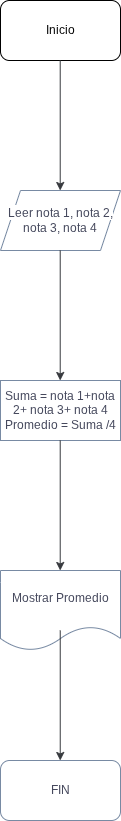
The draw.io diagram Ejercicio_2_Lucas.drawio.png in lucri1384/Pensamiento-computacional, before a commit. Source tidied: cells renumbered, new cells last; positions are measured from the earlier drawing's top-left corner, leaving out a move shared by most shapes.
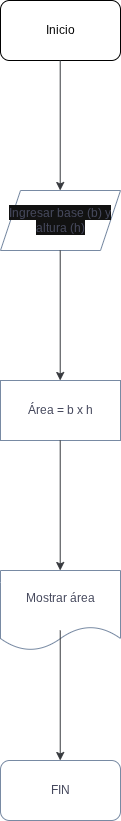
The same diagram one commit later.

Change to the diagram source:
```diff
@@ -11,7 +11,7 @@
         <mxPoint x="59.7" y="190" as="targetPoint" />
       </mxGeometry>
     </mxCell>
-    <mxCell id="4" value="&lt;span style=&quot;background-color: light-dark(#ffffff, var(--ge-dark-color, #121212));&quot;&gt;Leer nota 1, nota 2, nota 3, nota 4&lt;/span&gt;" style="shape=parallelogram;perimeter=parallelogramPerimeter;whiteSpace=wrap;html=1;fixedSize=1;strokeColor=#788AA3;fontColor=#46495D;fillColor=default;" parent="1" vertex="1">
+    <mxCell id="4" value="&lt;span style=&quot;background-color: rgb(18, 18, 18);&quot;&gt;Ingresar base (b) y altura (h)&lt;/span&gt;" style="shape=parallelogram;perimeter=parallelogramPerimeter;whiteSpace=wrap;html=1;fixedSize=1;strokeColor=#788AA3;fontColor=#46495D;fillColor=default;" parent="1" vertex="1">
       <mxGeometry y="190" width="120" height="60" as="geometry" />
     </mxCell>
     <mxCell id="5" style="endArrow=classic;html=1;rounded=0;fontColor=#46495D;fillColor=#eeeeee;strokeColor=light-dark(#36393d, #000000);" parent="1" edge="1">
@@ -20,7 +20,7 @@
         <mxPoint x="59.7" y="380" as="targetPoint" />
       </mxGeometry>
     </mxCell>
-    <mxCell id="6" value="Suma = nota 1+nota 2+ nota 3+ nota 4&lt;div&gt;Promedio = Suma /4&lt;/div&gt;" style="rounded=0;whiteSpace=wrap;html=1;strokeColor=#788AA3;fontColor=#46495D;fillColor=default;" parent="1" vertex="1">
+    <mxCell id="6" value="Área = b x h" style="rounded=0;whiteSpace=wrap;html=1;strokeColor=#788AA3;fontColor=#46495D;fillColor=default;" parent="1" vertex="1">
       <mxGeometry y="380" width="120" height="60" as="geometry" />
     </mxCell>
     <mxCell id="7" style="endArrow=classic;html=1;rounded=0;fontColor=#46495D;fillColor=#eeeeee;strokeColor=light-dark(#36393d, #000000);" parent="1" edge="1">
@@ -29,7 +29,7 @@
         <mxPoint x="59.7" y="570" as="targetPoint" />
       </mxGeometry>
     </mxCell>
-    <mxCell id="8" value="Mostrar Promedio" style="shape=document;whiteSpace=wrap;html=1;boundedLbl=1;strokeColor=#788AA3;fontColor=#46495D;fillColor=default;" parent="1" vertex="1">
+    <mxCell id="8" value="Mostrar área" style="shape=document;whiteSpace=wrap;html=1;boundedLbl=1;strokeColor=#788AA3;fontColor=#46495D;fillColor=default;" parent="1" vertex="1">
       <mxGeometry y="570" width="120" height="80" as="geometry" />
     </mxCell>
     <mxCell id="9" value="FIN" style="rounded=1;whiteSpace=wrap;html=1;strokeColor=#788AA3;fontColor=#46495D;fillColor=default;" parent="1" vertex="1">
```
